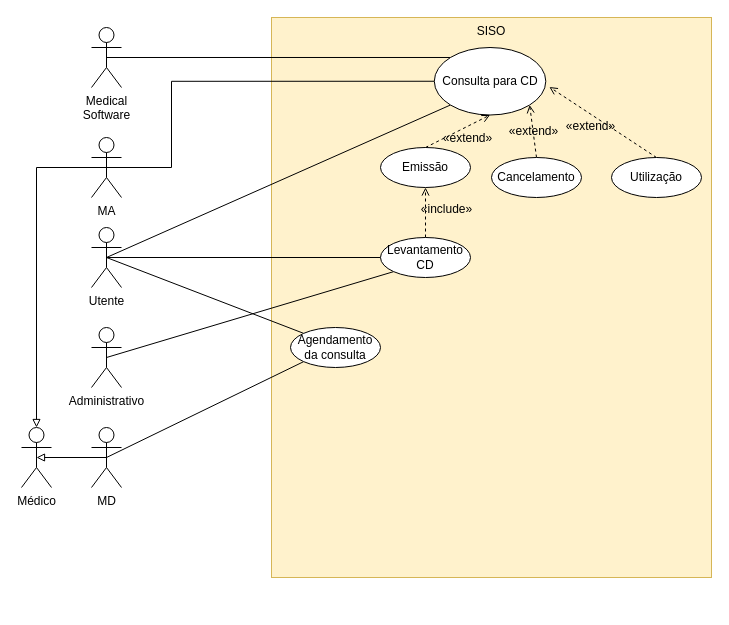
The draw.io diagram page "2.4" (2 of 3) of P/P2/P2.drawio in DavidAraujo98/AS, before the edit. Source tidied: cells renumbered, new cells numbered last; positions are measured from the earlier drawing's top-left corner, leaving out a move shared by most shapes. Both pictures are drawn from the tidied source at 100%, with x=0, y=0 at pixel (21, 17).
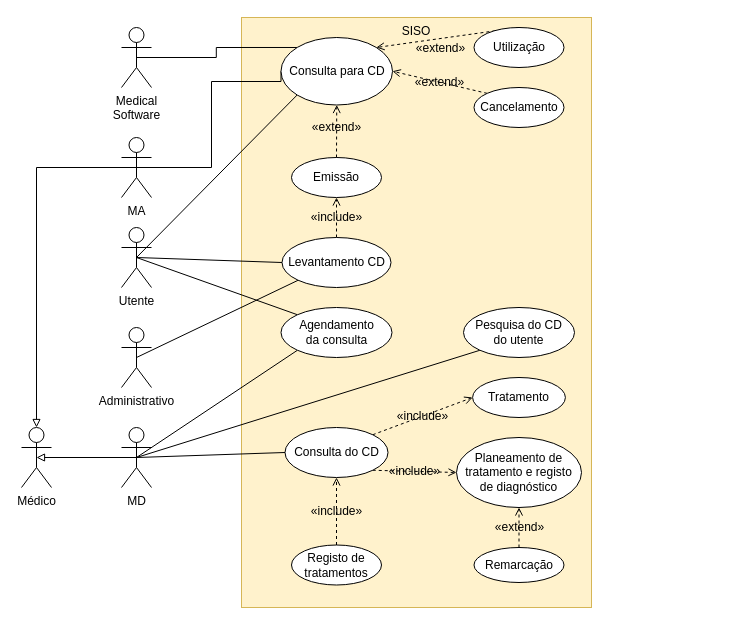
The same page after the edit.

Change to the diagram source:
```diff
@@
     <mxCell id="2" value="SISO" style="rounded=0;whiteSpace=wrap;html=1;verticalAlign=top;fillColor=#fff2cc;strokeColor=#d6b656;" parent="1" vertex="1">
-      <mxGeometry x="250" width="440" height="560" as="geometry" />
+      <mxGeometry x="220" width="350" height="590" as="geometry" />
     </mxCell>
@@
-    <mxCell id="5" style="edgeStyle=orthogonalEdgeStyle;rounded=0;jettySize=auto;html=1;exitX=0.5;exitY=0.5;exitDx=0;exitDy=0;exitPerimeter=0;entryX=0;entryY=0.5;entryDx=0;entryDy=0;labelBackgroundColor=none;fontSize=12;startArrow=none;startFill=0;endArrow=none;endFill=0;" parent="1" edge="1" source="6" target="16">
+    <mxCell id="5" style="edgeStyle=orthogonalEdgeStyle;rounded=0;jettySize=auto;html=1;exitX=0.5;exitY=0.5;exitDx=0;exitDy=0;exitPerimeter=0;entryX=0;entryY=0.5;entryDx=0;entryDy=0;labelBackgroundColor=none;fontSize=12;startArrow=none;startFill=0;endArrow=none;endFill=0;strokeColor=#000000;" parent="1" edge="1" source="6" target="16">
       <mxGeometry relative="1" as="geometry">
         <Array as="points">
-          <mxPoint x="150" y="150" />
-          <mxPoint x="150" y="64" />
+          <mxPoint x="190" y="150" />
+          <mxPoint x="190" y="64" />
         </Array>
       </mxGeometry>
     </mxCell>
     <mxCell id="6" value="MA" style="shape=umlActor;verticalLabelPosition=bottom;verticalAlign=top;html=1;outlineConnect=0;" parent="1" vertex="1">
-      <mxGeometry x="70" y="120" width="30" height="60" as="geometry" />
+      <mxGeometry x="100" y="120" width="30" height="60" as="geometry" />
     </mxCell>
@@
+    <mxCell id="28" style="edgeStyle=none;rounded=0;jettySize=auto;html=1;exitX=0.5;exitY=0.5;exitDx=0;exitDy=0;exitPerimeter=0;entryX=0;entryY=1;entryDx=0;entryDy=0;labelBackgroundColor=none;fontSize=12;startArrow=none;startFill=0;endArrow=none;endFill=0;strokeColor=#000000;" parent="1" edge="1" source="9" target="30">
+      <mxGeometry relative="1" as="geometry" />
+    </mxCell>
+    <mxCell id="29" style="edgeStyle=none;rounded=0;jettySize=auto;html=1;exitX=0.5;exitY=0.5;exitDx=0;exitDy=0;exitPerimeter=0;entryX=0;entryY=0.5;entryDx=0;entryDy=0;labelBackgroundColor=none;fontSize=12;startArrow=none;startFill=0;endArrow=none;endFill=0;strokeColor=#000000;" parent="1" edge="1" source="9" target="35">
+      <mxGeometry relative="1" as="geometry" />
+    </mxCell>
     <mxCell id="9" value="MD" style="shape=umlActor;verticalLabelPosition=bottom;verticalAlign=top;html=1;outlineConnect=0;" parent="1" vertex="1">
-      <mxGeometry x="70" y="410" width="30" height="60" as="geometry" />
+      <mxGeometry x="100" y="410" width="30" height="60" as="geometry" />
     </mxCell>
@@
     <mxCell id="13" value="Utente" style="shape=umlActor;verticalLabelPosition=bottom;verticalAlign=top;html=1;outlineConnect=0;" parent="1" vertex="1">
-      <mxGeometry x="70" y="210" width="30" height="60" as="geometry" />
+      <mxGeometry x="100" y="210" width="30" height="60" as="geometry" />
     </mxCell>
@@
     <mxCell id="15" value="Medical&lt;br&gt;Software" style="shape=umlActor;verticalLabelPosition=bottom;verticalAlign=top;html=1;outlineConnect=0;" parent="1" vertex="1">
-      <mxGeometry x="70" y="10" width="30" height="60" as="geometry" />
+      <mxGeometry x="100" y="10" width="30" height="60" as="geometry" />
     </mxCell>
     <mxCell id="16" value="Consulta para CD" style="ellipse;whiteSpace=wrap;html=1;" parent="1" vertex="1">
-      <mxGeometry x="412.8" y="30" width="111.5" height="67.5" as="geometry" />
+      <mxGeometry x="259.5" y="20" width="111.5" height="67.5" as="geometry" />
     </mxCell>
     <mxCell id="17" value="Emissão" style="ellipse;whiteSpace=wrap;html=1;fontSize=12;" parent="1" vertex="1">
-      <mxGeometry x="359" y="130" width="90" height="40" as="geometry" />
+      <mxGeometry x="270" y="140" width="90" height="40" as="geometry" />
     </mxCell>
@@
     <mxCell id="19" value="Administrativo" style="shape=umlActor;verticalLabelPosition=bottom;verticalAlign=top;html=1;outlineConnect=0;fontSize=12;" parent="1" vertex="1">
-      <mxGeometry x="70" y="310" width="30" height="60" as="geometry" />
+      <mxGeometry x="100" y="310" width="30" height="60" as="geometry" />
     </mxCell>
     <mxCell id="20" value="«extend»" style="endArrow=open;dashed=1;html=1;rounded=0;labelBackgroundColor=none;fontSize=12;entryX=0.5;entryY=1;entryDx=0;entryDy=0;endFill=0;exitX=0.5;exitY=0;exitDx=0;exitDy=0;" parent="1" edge="1" source="17" target="16">
-      <mxGeometry x="0.16" y="-11" relative="1" as="geometry" />
+      <mxGeometry x="0.14" relative="1" as="geometry" />
     </mxCell>
-    <mxCell id="21" value="«extend»" style="edgeStyle=none;rounded=0;jettySize=auto;html=1;exitX=0.5;exitY=0;exitDx=0;exitDy=0;entryX=1;entryY=1;entryDx=0;entryDy=0;labelBackgroundColor=none;fontSize=12;startArrow=none;startFill=0;endArrow=open;endFill=0;dashed=1;" parent="1" edge="1" source="22" target="16">
+    <mxCell id="21" value="«extend»" style="edgeStyle=none;rounded=0;jettySize=auto;html=1;exitX=0;exitY=0;exitDx=0;exitDy=0;entryX=1;entryY=0.5;entryDx=0;entryDy=0;labelBackgroundColor=none;fontSize=12;startArrow=none;startFill=0;endArrow=open;endFill=0;dashed=1;" parent="1" edge="1" source="22" target="16">
       <mxGeometry relative="1" as="geometry" />
     </mxCell>
     <mxCell id="22" value="Cancelamento" style="ellipse;whiteSpace=wrap;html=1;fontSize=12;" parent="1" vertex="1">
-      <mxGeometry x="470" y="140" width="90" height="40" as="geometry" />
+      <mxGeometry x="452.5" y="70" width="90" height="40" as="geometry" />
     </mxCell>
-    <mxCell id="23" value="«extend»" style="edgeStyle=none;rounded=0;jettySize=auto;html=1;exitX=0.5;exitY=0;exitDx=0;exitDy=0;entryX=1.032;entryY=0.585;entryDx=0;entryDy=0;dashed=1;labelBackgroundColor=none;fontSize=12;startArrow=none;startFill=0;endArrow=open;endFill=0;entryPerimeter=0;" parent="1" edge="1" source="24" target="16">
+    <mxCell id="23" value="«extend»" style="edgeStyle=none;rounded=0;jettySize=auto;html=1;exitX=0.5;exitY=0;exitDx=0;exitDy=0;entryX=1;entryY=0;entryDx=0;entryDy=0;dashed=1;labelBackgroundColor=none;fontSize=12;startArrow=none;startFill=0;endArrow=open;endFill=0;" parent="1" edge="1" source="24" target="16">
       <mxGeometry x="0.12" y="10" relative="1" as="geometry" />
     </mxCell>
     <mxCell id="24" value="Utilização" style="ellipse;whiteSpace=wrap;html=1;fontSize=12;" parent="1" vertex="1">
-      <mxGeometry x="590" y="140" width="90" height="40" as="geometry" />
+      <mxGeometry x="452.5" y="10" width="90" height="40" as="geometry" />
     </mxCell>
     <mxCell id="25" value="«include»" style="edgeStyle=none;rounded=0;jettySize=auto;html=1;exitX=0.5;exitY=0;exitDx=0;exitDy=0;entryX=0.5;entryY=1;entryDx=0;entryDy=0;dashed=1;labelBackgroundColor=none;fontSize=12;startArrow=none;startFill=0;endArrow=open;endFill=0;" parent="1" edge="1" source="26" target="17">
-      <mxGeometry x="0.11" y="-21" relative="1" as="geometry" />
+      <mxGeometry relative="1" as="geometry" />
     </mxCell>
     <mxCell id="26" value="Levantamento CD" style="ellipse;whiteSpace=wrap;html=1;fontSize=12;" parent="1" vertex="1">
-      <mxGeometry x="359" y="220" width="90" height="40" as="geometry" />
+      <mxGeometry x="260.5" y="220" width="109" height="50" as="geometry" />
     </mxCell>
     <mxCell id="27" value="Agendamento&lt;br&gt;da consulta" style="ellipse;whiteSpace=wrap;html=1;fontSize=12;" parent="1" vertex="1">
-      <mxGeometry x="269" y="310" width="90" height="40" as="geometry" />
+      <mxGeometry x="259.5" y="290" width="111" height="50" as="geometry" />
     </mxCell>
+    <mxCell id="30" value="Pesquisa do CD&lt;br&gt;do utente" style="ellipse;whiteSpace=wrap;html=1;fontSize=12;" parent="1" vertex="1">
+      <mxGeometry x="442" y="290" width="111" height="50" as="geometry" />
+    </mxCell>
+    <mxCell id="31" value="Planeamento de tratamento e registo de diagnóstico" style="ellipse;whiteSpace=wrap;html=1;fontSize=12;" parent="1" vertex="1">
+      <mxGeometry x="435" y="420" width="125" height="70" as="geometry" />
+    </mxCell>
+    <mxCell id="32" value="Tratamento" style="ellipse;whiteSpace=wrap;html=1;fontSize=12;" parent="1" vertex="1">
+      <mxGeometry x="451.1" y="360" width="92.8" height="40" as="geometry" />
+    </mxCell>
+    <mxCell id="33" value="«include»" style="edgeStyle=none;rounded=0;jettySize=auto;html=1;exitX=1;exitY=0;exitDx=0;exitDy=0;entryX=0;entryY=0.5;entryDx=0;entryDy=0;labelBackgroundColor=none;fontSize=12;startArrow=none;startFill=0;endArrow=open;endFill=0;strokeColor=#000000;dashed=1;" parent="1" edge="1" source="35" target="32">
+      <mxGeometry relative="1" as="geometry" />
+    </mxCell>
+    <mxCell id="34" value="«include»" style="edgeStyle=none;rounded=0;jettySize=auto;html=1;exitX=1;exitY=1;exitDx=0;exitDy=0;entryX=0;entryY=0.5;entryDx=0;entryDy=0;dashed=1;labelBackgroundColor=none;fontSize=12;startArrow=none;startFill=0;endArrow=open;endFill=0;strokeColor=#000000;" parent="1" edge="1" source="35" target="31">
+      <mxGeometry relative="1" as="geometry" />
+    </mxCell>
+    <mxCell id="35" value="Consulta do CD" style="ellipse;whiteSpace=wrap;html=1;fontSize=12;" parent="1" vertex="1">
+      <mxGeometry x="263.5" y="410" width="103" height="50" as="geometry" />
+    </mxCell>
+    <mxCell id="36" value="«include»" style="edgeStyle=none;rounded=0;jettySize=auto;html=1;exitX=0.5;exitY=0;exitDx=0;exitDy=0;entryX=0.5;entryY=1;entryDx=0;entryDy=0;dashed=1;labelBackgroundColor=none;fontSize=12;startArrow=none;startFill=0;endArrow=open;endFill=0;strokeColor=#000000;" parent="1" edge="1" source="37" target="35">
+      <mxGeometry relative="1" as="geometry" />
+    </mxCell>
+    <mxCell id="37" value="Registo de tratamentos" style="ellipse;whiteSpace=wrap;html=1;fontSize=12;" parent="1" vertex="1">
+      <mxGeometry x="270" y="527.5" width="90" height="40" as="geometry" />
+    </mxCell>
+    <mxCell id="38" value="«extend»" style="edgeStyle=none;rounded=0;jettySize=auto;html=1;exitX=0.5;exitY=0;exitDx=0;exitDy=0;entryX=0.5;entryY=1;entryDx=0;entryDy=0;dashed=1;labelBackgroundColor=none;fontSize=12;startArrow=none;startFill=0;endArrow=open;endFill=0;strokeColor=#000000;" parent="1" edge="1" source="39" target="31">
+      <mxGeometry relative="1" as="geometry" />
+    </mxCell>
+    <mxCell id="39" value="Remarcação" style="ellipse;whiteSpace=wrap;html=1;fontSize=12;" parent="1" vertex="1">
+      <mxGeometry x="452.5" y="530" width="90" height="35" as="geometry" />
+    </mxCell>
```
